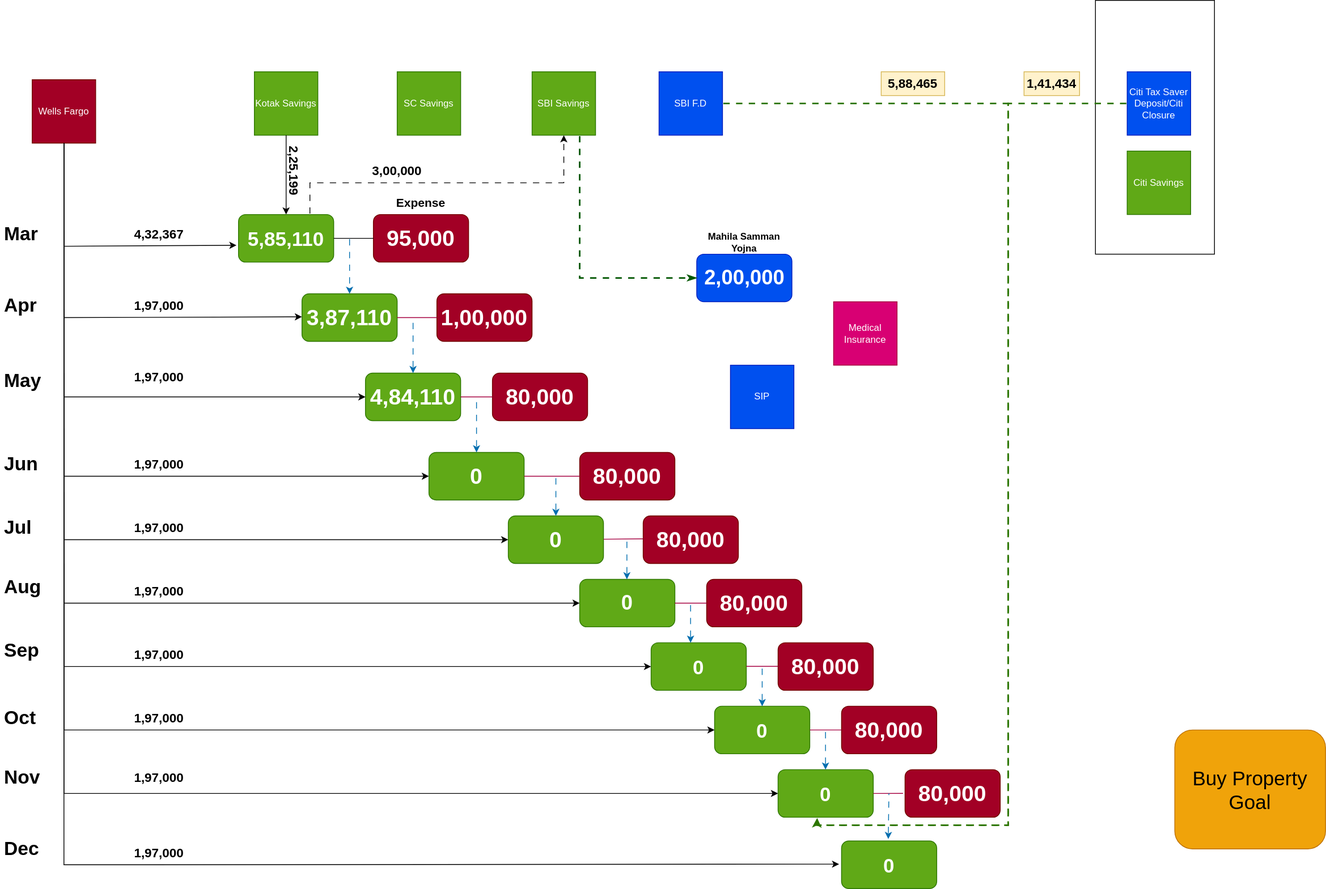
Earlier version of the draw.io export Investments.drawio.svg (uchiharizvi/design-diagrams). Source tidied: cells renumbered, new cells last; positions are measured from the earlier drawing's top-left corner, leaving out a move shared by most shapes.
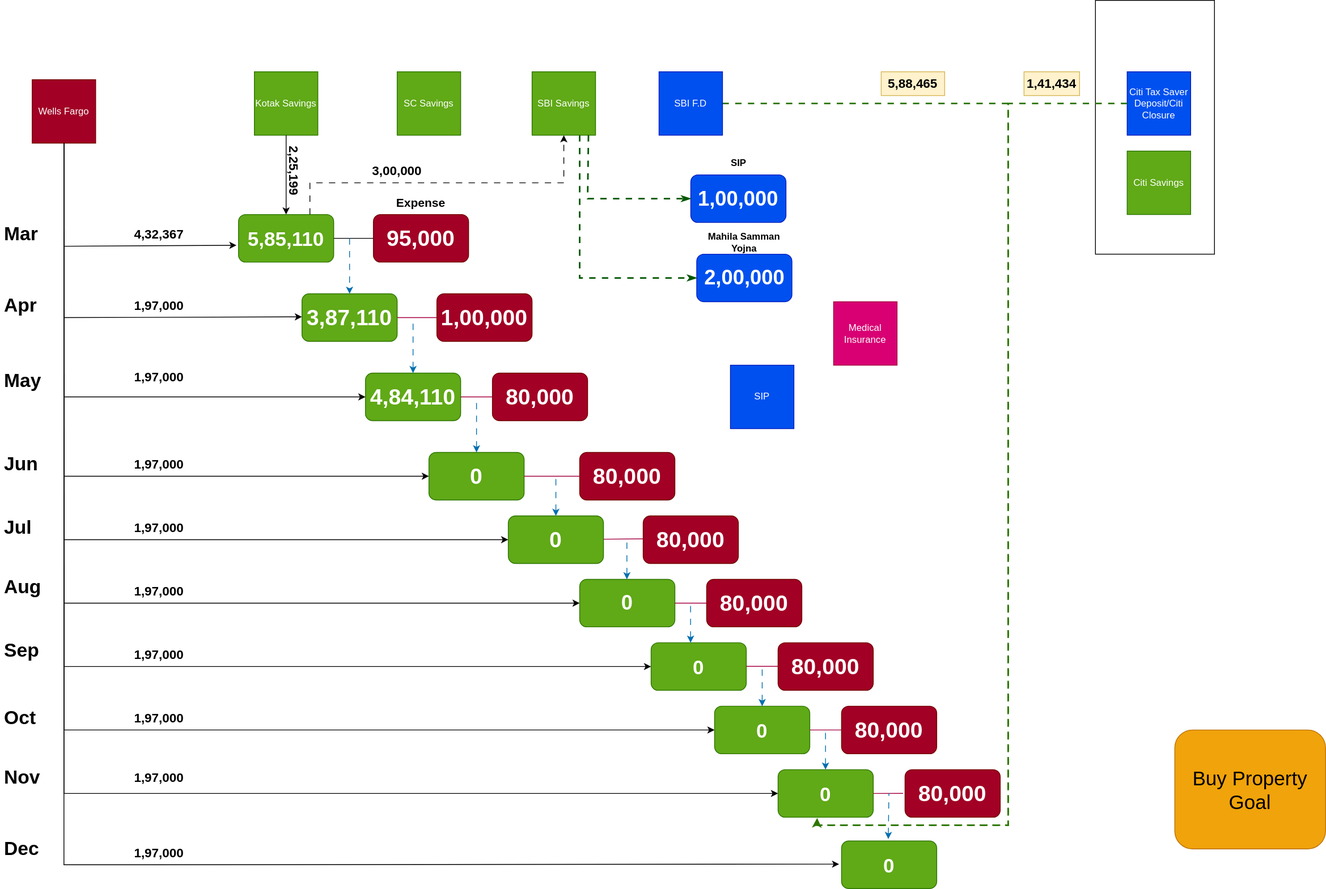
The same file after the commit.

What changed in the source:
```diff
@@ -389,5 +389,19 @@
     <mxCell id="91" value="Medical Insurance" style="whiteSpace=wrap;html=1;fillColor=#d80073;fontColor=#ffffff;strokeColor=#A50040;" parent="1" vertex="1">
       <mxGeometry x="1050" y="380" width="80" height="80" as="geometry" />
     </mxCell>
+    <mxCell id="92" value="&lt;font style=&quot;font-size: 26px;&quot;&gt;1,00,000&lt;/font&gt;" style="rounded=1;whiteSpace=wrap;html=1;fontStyle=1;fillColor=#0050ef;fontColor=#ffffff;strokeColor=#001DBC;" parent="1" vertex="1">
+      <mxGeometry x="870" y="220" width="120" height="60" as="geometry" />
+    </mxCell>
+    <mxCell id="93" value="&lt;b&gt;SIP&lt;/b&gt;" style="text;html=1;align=center;verticalAlign=middle;whiteSpace=wrap;rounded=0;" parent="1" vertex="1">
+      <mxGeometry x="882.5" y="170" width="95" height="70" as="geometry" />
+    </mxCell>
+    <mxCell id="94" style="endArrow=classicThin;html=1;rounded=0;entryX=0;entryY=0.5;entryDx=0;entryDy=0;endFill=1;fillColor=#008a00;strokeColor=#005700;flowAnimation=1;fontStyle=1;strokeWidth=2;exitX=0.888;exitY=1;exitDx=0;exitDy=0;exitPerimeter=0;" parent="1" edge="1" source="38" target="92">
+      <mxGeometry relative="1" as="geometry">
+        <Array as="points">
+          <mxPoint x="740" y="250" />
+          <mxPoint x="760" y="250" />
+        </Array>
+      </mxGeometry>
+    </mxCell>
   </root>
 </mxGraphModel>
```
